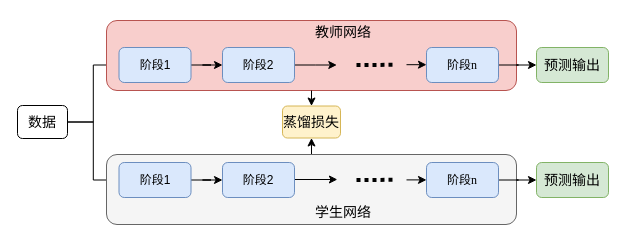
Above: 特征型蒸馏示意图.drawio in Losh-shi/graduate_map (draw.io), before the change. Source tidied: cells renumbered, new cells numbered last; positions are measured from the earlier drawing's top-left corner, leaving out a move shared by most shapes. Both pictures are drawn from the tidied source at 100%, with x=0, y=0 at pixel (17, 17).
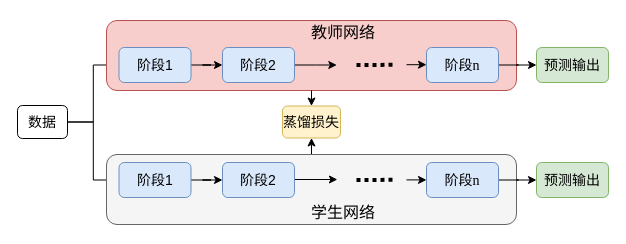
After the change.

Commit message:
更新特征型蒸馏示意图.drawio

Unchanged cells that the change refers to:
```xml
<mxCell id="6" style="group;" parent="1" vertex="1">
  <mxGeometry x="89" y="3" width="502" height="70" as="geometry" />
</mxCell>
```

What changed in the source:
```diff
@@
-    <mxCell id="9" value="&lt;font face=&quot;宋体&quot;&gt;阶段1&lt;/font&gt;" style="rounded=1;whiteSpace=wrap;html=1;fillColor=#dae8fc;strokeColor=#6c8ebf;" parent="6" vertex="1">
+    <mxCell id="9" value="&lt;font style=&quot;font-size: 14px;&quot; face=&quot;宋体&quot;&gt;阶段1&lt;/font&gt;" style="rounded=1;whiteSpace=wrap;html=1;fillColor=#dae8fc;strokeColor=#6c8ebf;" parent="6" vertex="1">
       <mxGeometry x="12.5" y="27" width="72" height="35" as="geometry" />
     </mxCell>
@@
-    <mxCell id="12" value="&lt;font face=&quot;宋体&quot;&gt;阶段2&lt;/font&gt;" style="rounded=1;whiteSpace=wrap;html=1;fillColor=#dae8fc;strokeColor=#6c8ebf;" parent="6" vertex="1">
+    <mxCell id="12" value="&lt;font style=&quot;font-size: 14px;&quot; face=&quot;宋体&quot;&gt;阶段2&lt;/font&gt;" style="rounded=1;whiteSpace=wrap;html=1;fillColor=#dae8fc;strokeColor=#6c8ebf;" parent="6" vertex="1">
       <mxGeometry x="116" y="27" width="72" height="35" as="geometry" />
     </mxCell>
@@
-    <mxCell id="15" value="&lt;font face=&quot;宋体&quot;&gt;阶段&lt;/font&gt;&lt;font face=&quot;Times New Roman&quot;&gt;n&lt;/font&gt;" style="rounded=1;whiteSpace=wrap;html=1;fillColor=#dae8fc;strokeColor=#6c8ebf;" parent="6" vertex="1">
+    <mxCell id="15" value="&lt;font style=&quot;font-size: 14px;&quot;&gt;&lt;font face=&quot;宋体&quot;&gt;阶段&lt;/font&gt;&lt;font face=&quot;Times New Roman&quot;&gt;n&lt;/font&gt;&lt;/font&gt;" style="rounded=1;whiteSpace=wrap;html=1;fillColor=#dae8fc;strokeColor=#6c8ebf;" parent="6" vertex="1">
       <mxGeometry x="320" y="27" width="72" height="35" as="geometry" />
     </mxCell>
@@
-    <mxCell id="17" value="&lt;font style=&quot;font-size: 14px;&quot; face=&quot;宋体&quot;&gt;教师网络&lt;/font&gt;" style="text;align=center;html=1;verticalAlign=middle;whiteSpace=wrap;rounded=1;strokeWidth=1;perimeterSpacing=10;" parent="6" vertex="1">
+    <mxCell id="17" value="&lt;font style=&quot;font-size: 16px;&quot; face=&quot;宋体&quot;&gt;教师网络&lt;/font&gt;" style="text;align=center;html=1;verticalAlign=middle;whiteSpace=wrap;rounded=1;strokeWidth=1;perimeterSpacing=10;" parent="6" vertex="1">
       <mxGeometry x="200" y="-3" width="74" height="30" as="geometry" />
     </mxCell>
@@
-    <mxCell id="22" value="&lt;font style=&quot;font-size: 12px;&quot; face=&quot;宋体&quot;&gt;阶段1&lt;/font&gt;" style="rounded=1;whiteSpace=wrap;html=1;fillColor=#dae8fc;strokeColor=#6c8ebf;" parent="1" vertex="1">
+    <mxCell id="22" value="&lt;font style=&quot;font-size: 14px;&quot; face=&quot;宋体&quot;&gt;阶段1&lt;/font&gt;" style="rounded=1;whiteSpace=wrap;html=1;fillColor=#dae8fc;strokeColor=#6c8ebf;" parent="1" vertex="1">
       <mxGeometry x="101.5" y="145" width="72" height="35" as="geometry" />
     </mxCell>
@@
-    <mxCell id="25" value="&lt;font face=&quot;宋体&quot;&gt;阶段2&lt;/font&gt;" style="rounded=1;whiteSpace=wrap;html=1;fillColor=#dae8fc;strokeColor=#6c8ebf;" parent="1" vertex="1">
+    <mxCell id="25" value="&lt;font style=&quot;font-size: 14px;&quot; face=&quot;宋体&quot;&gt;阶段2&lt;/font&gt;" style="rounded=1;whiteSpace=wrap;html=1;fillColor=#dae8fc;strokeColor=#6c8ebf;" parent="1" vertex="1">
       <mxGeometry x="205" y="145" width="72" height="35" as="geometry" />
     </mxCell>
@@
-    <mxCell id="29" value="&lt;font face=&quot;宋体&quot;&gt;阶段&lt;/font&gt;&lt;font face=&quot;Times New Roman&quot;&gt;n&lt;/font&gt;" style="rounded=1;whiteSpace=wrap;html=1;fillColor=#dae8fc;strokeColor=#6c8ebf;" parent="1" vertex="1">
+    <mxCell id="29" value="&lt;font style=&quot;font-size: 14px;&quot;&gt;&lt;font face=&quot;宋体&quot;&gt;阶段&lt;/font&gt;&lt;font face=&quot;Times New Roman&quot;&gt;n&lt;/font&gt;&lt;/font&gt;" style="rounded=1;whiteSpace=wrap;html=1;fillColor=#dae8fc;strokeColor=#6c8ebf;" parent="1" vertex="1">
       <mxGeometry x="409" y="145" width="72" height="35" as="geometry" />
     </mxCell>
-    <mxCell id="30" value="&lt;font style=&quot;font-size: 14px;&quot; face=&quot;宋体&quot;&gt;学生网络&lt;/font&gt;" style="text;align=center;html=1;verticalAlign=middle;whiteSpace=wrap;rounded=1;strokeWidth=1;perimeterSpacing=10;" parent="1" vertex="1">
+    <mxCell id="30" value="&lt;font style=&quot;font-size: 16px;&quot; face=&quot;宋体&quot;&gt;学生网络&lt;/font&gt;" style="text;align=center;html=1;verticalAlign=middle;whiteSpace=wrap;rounded=1;strokeWidth=1;perimeterSpacing=10;" parent="1" vertex="1">
       <mxGeometry x="289" y="180" width="74" height="30" as="geometry" />
     </mxCell>
```
